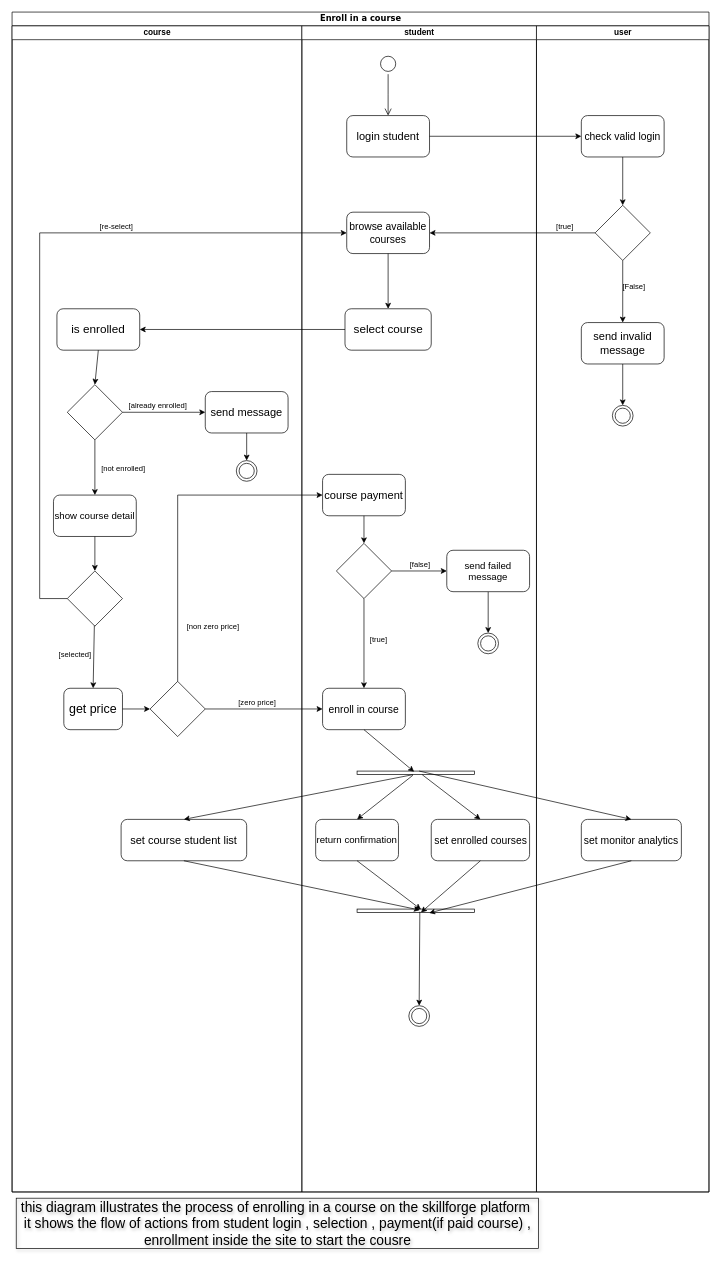
Mahmoud5704/Bismillahi_arRahmani_arRahim-UML- keeps this draw.io diagram as activity Diagram 9786++.drawio. Above is the earlier version. Source tidied: cells renumbered, new cells numbered last; positions are measured from the earlier drawing's top-left corner, leaving out a move shared by most shapes. Both pictures are drawn from the tidied source at 69%, with x=0, y=0 at pixel (12, 12).
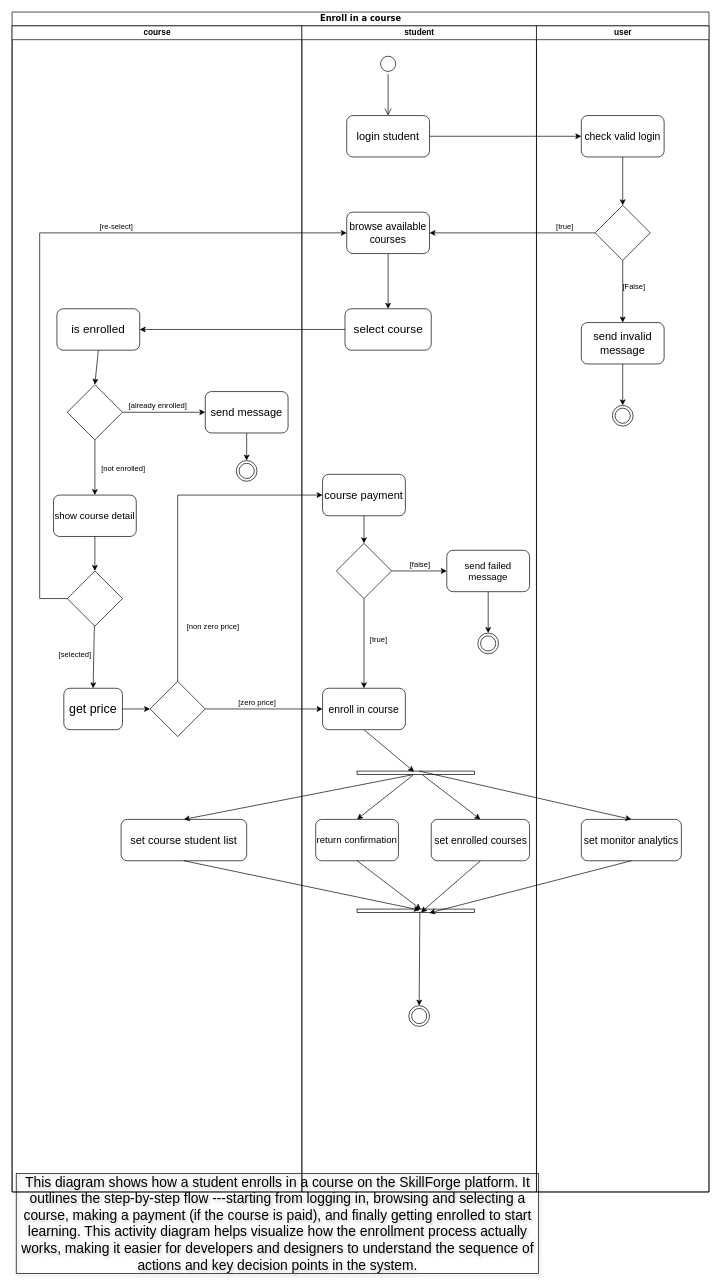
The same page after the edit.

Commit message:
Revise enrollment process description in diagram

Updated the description of the enrollment process in the activity diagram to provide clearer insights into the steps involved.

What changed in the source:
```diff
@@
-    <mxCell id="76" value="this diagram illustrates the process of enrolling in a course on the skillforge platform&amp;nbsp;&lt;br&gt;it shows the flow of actions from student login , selection , payment(if paid course) , enrollment inside the site to start the cousre" style="text;html=1;whiteSpace=wrap;strokeColor=none;fillColor=none;align=center;verticalAlign=middle;rounded=0;fontSize=20;labelBackgroundColor=none;labelBorderColor=default;textShadow=1;convertToSvg=1;" parent="1" vertex="1">
+    <mxCell id="76" value="This diagram shows how a student enrolls in a course on the SkillForge platform. It outlines the step-by-step flow ---starting from logging in, browsing and selecting a course, making a payment (if the course is paid), and finally getting enrolled to start learning. This activity diagram helps visualize how the enrollment process actually works, making it easier for developers and designers to understand the sequence of actions and key decision points in the system." style="text;html=1;whiteSpace=wrap;strokeColor=none;fillColor=none;align=center;verticalAlign=middle;rounded=0;fontSize=20;labelBackgroundColor=none;labelBorderColor=default;textShadow=1;convertToSvg=1;" parent="1" vertex="1">
       <mxGeometry x="5" y="1740" width="760" height="30" as="geometry" />
     </mxCell>
```
